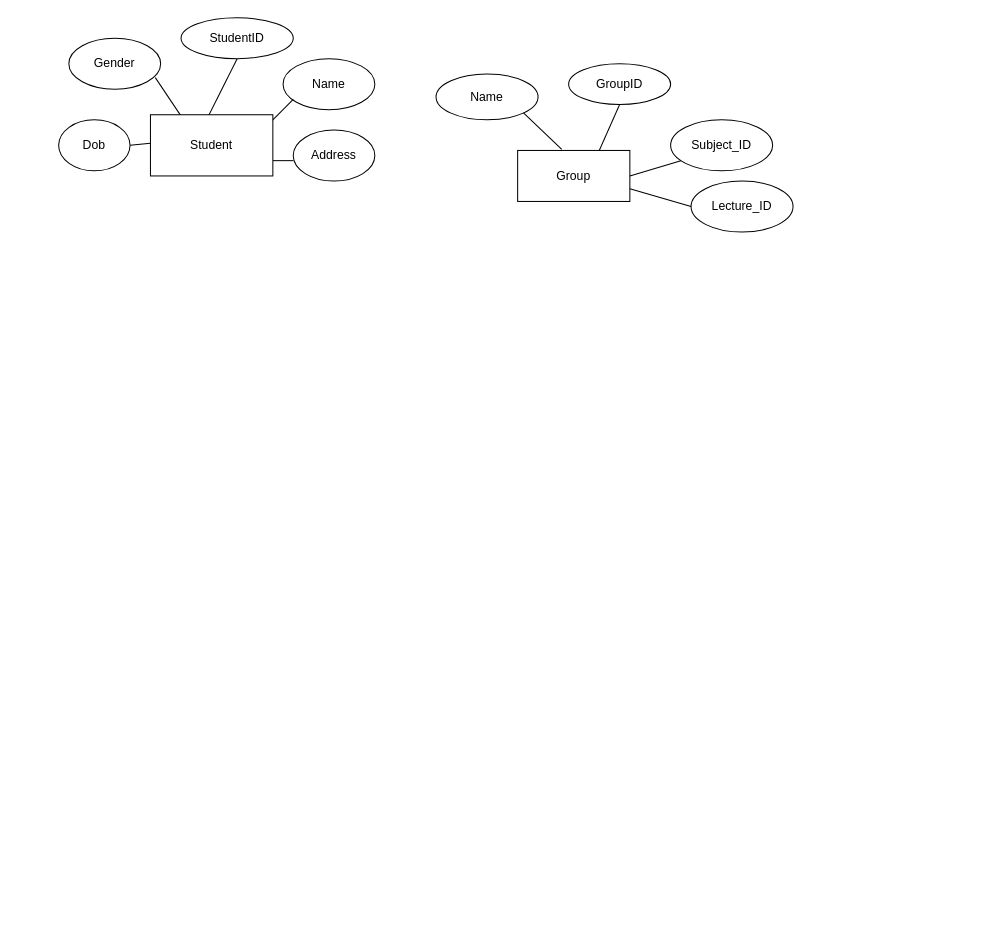
Above: Untitled Diagram.drawio in hoangtheanhHE160176/DBI202-Assignment (draw.io), before the change. Source tidied: cells renumbered, new cells numbered last; positions are measured from the earlier drawing's top-left corner, leaving out a move shared by most shapes. Both pictures are drawn from the tidied source at 102%, with x=0, y=0 at pixel (58, 17).
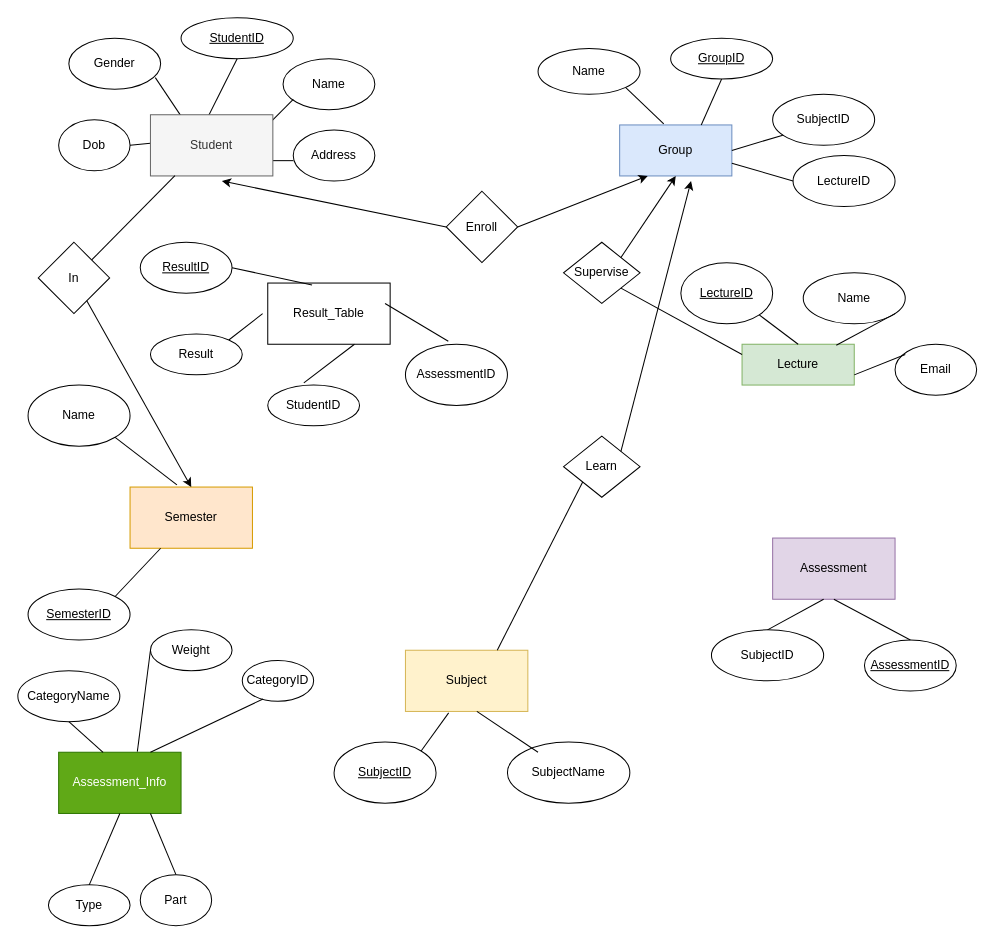
The same diagram, later.

Diff of the diagram source:
```diff
@@
-    <mxCell id="2" value="StudentID" style="ellipse;whiteSpace=wrap;html=1;" parent="1" vertex="1">
+    <mxCell id="2" value="&lt;u&gt;StudentID&lt;/u&gt;" style="ellipse;whiteSpace=wrap;html=1;" parent="1" vertex="1">
       <mxGeometry x="120" width="110" height="40" as="geometry" />
     </mxCell>
@@
-    <mxCell id="12" value="Student" style="rounded=0;whiteSpace=wrap;html=1;" parent="1" vertex="1">
+    <mxCell id="12" value="Student" style="rounded=0;whiteSpace=wrap;html=1;fillColor=#f5f5f5;fontColor=#333333;strokeColor=#666666;" parent="1" vertex="1">
       <mxGeometry x="90" y="95" width="120" height="60" as="geometry" />
     </mxCell>
-    <mxCell id="13" value="Group" style="rounded=0;whiteSpace=wrap;html=1;" parent="1" vertex="1">
-      <mxGeometry x="450" y="130" width="110" height="50" as="geometry" />
+    <mxCell id="13" value="Group" style="rounded=0;whiteSpace=wrap;html=1;fillColor=#dae8fc;strokeColor=#6c8ebf;" parent="1" vertex="1">
+      <mxGeometry x="550" y="105" width="110" height="50" as="geometry" />
     </mxCell>
-    <mxCell id="14" value="GroupID" style="ellipse;whiteSpace=wrap;html=1;" parent="1" vertex="1">
-      <mxGeometry x="500" y="45" width="100" height="40" as="geometry" />
+    <mxCell id="14" value="&lt;u&gt;GroupID&lt;/u&gt;" style="ellipse;whiteSpace=wrap;html=1;" parent="1" vertex="1">
+      <mxGeometry x="600" y="20" width="100" height="40" as="geometry" />
     </mxCell>
     <mxCell id="15" value="Name" style="ellipse;whiteSpace=wrap;html=1;" parent="1" vertex="1">
-      <mxGeometry x="370" y="55" width="100" height="45" as="geometry" />
+      <mxGeometry x="470" y="30" width="100" height="45" as="geometry" />
     </mxCell>
-    <mxCell id="16" value="Subject_ID" style="ellipse;whiteSpace=wrap;html=1;" parent="1" vertex="1">
-      <mxGeometry x="600" y="100" width="100" height="50" as="geometry" />
+    <mxCell id="16" value="SubjectID" style="ellipse;whiteSpace=wrap;html=1;" parent="1" vertex="1">
+      <mxGeometry x="700" y="75" width="100" height="50" as="geometry" />
     </mxCell>
@@
     <mxCell id="18" style="endArrow=none;html=1;rounded=0;entryX=0.5;entryY=1;entryDx=0;entryDy=0;" parent="1" edge="1" target="14">
       <mxGeometry relative="1" as="geometry">
-        <mxPoint x="530" y="130" as="sourcePoint" />
+        <mxPoint x="630" y="105" as="sourcePoint" />
       </mxGeometry>
     </mxCell>
     <mxCell id="19" style="endArrow=none;html=1;rounded=0;exitX=1;exitY=0.5;exitDx=0;exitDy=0;" parent="1" edge="1" source="13">
       <mxGeometry relative="1" as="geometry">
-        <mxPoint x="610" y="140" as="targetPoint" />
+        <mxPoint x="710" y="115" as="targetPoint" />
       </mxGeometry>
     </mxCell>
-    <mxCell id="20" value="Lecture_ID" style="ellipse;whiteSpace=wrap;html=1;" parent="1" vertex="1">
-      <mxGeometry x="620" y="160" width="100" height="50" as="geometry" />
+    <mxCell id="20" value="LectureID" style="ellipse;whiteSpace=wrap;html=1;" parent="1" vertex="1">
+      <mxGeometry x="720" y="135" width="100" height="50" as="geometry" />
     </mxCell>
@@
+    <mxCell id="22" value="Lecture" style="rounded=0;whiteSpace=wrap;html=1;fillColor=#d5e8d4;strokeColor=#82b366;" parent="1" vertex="1">
+      <mxGeometry x="670" y="320" width="110" height="40" as="geometry" />
+    </mxCell>
+    <mxCell id="23" value="&lt;u&gt;LectureID&lt;/u&gt;" style="ellipse;whiteSpace=wrap;html=1;" parent="1" vertex="1">
+      <mxGeometry x="610" y="240" width="90" height="60" as="geometry" />
+    </mxCell>
+    <mxCell id="24" value="Name" style="ellipse;whiteSpace=wrap;html=1;" parent="1" vertex="1">
+      <mxGeometry x="730" y="250" width="100" height="50" as="geometry" />
+    </mxCell>
+    <mxCell id="25" value="Email" style="ellipse;whiteSpace=wrap;html=1;" parent="1" vertex="1">
+      <mxGeometry x="820" y="320" width="80" height="50" as="geometry" />
+    </mxCell>
+    <mxCell id="26" style="endArrow=none;html=1;rounded=0;entryX=1;entryY=1;entryDx=0;entryDy=0;exitX=0.5;exitY=0;exitDx=0;exitDy=0;" parent="1" edge="1" source="22" target="23">
+      <mxGeometry relative="1" as="geometry" />
+    </mxCell>
+    <mxCell id="27" style="endArrow=none;html=1;rounded=0;exitX=0.84;exitY=0.025;exitDx=0;exitDy=0;exitPerimeter=0;" parent="1" edge="1" source="22">
+      <mxGeometry relative="1" as="geometry">
+        <mxPoint x="820" y="290" as="targetPoint" />
+      </mxGeometry>
+    </mxCell>
+    <mxCell id="28" style="endArrow=none;html=1;rounded=0;exitX=1;exitY=0.75;exitDx=0;exitDy=0;" parent="1" edge="1" source="22">
+      <mxGeometry relative="1" as="geometry">
+        <mxPoint x="830" y="330" as="targetPoint" />
+      </mxGeometry>
+    </mxCell>
+    <mxCell id="29" value="Semester" style="rounded=0;whiteSpace=wrap;html=1;fillColor=#ffe6cc;strokeColor=#d79b00;" parent="1" vertex="1">
+      <mxGeometry x="70" y="460" width="120" height="60" as="geometry" />
+    </mxCell>
+    <mxCell id="30" value="&lt;u&gt;SemesterID&lt;/u&gt;" style="ellipse;whiteSpace=wrap;html=1;" parent="1" vertex="1">
+      <mxGeometry x="-30" y="560" width="100" height="50" as="geometry" />
+    </mxCell>
+    <mxCell id="31" value="Name" style="ellipse;whiteSpace=wrap;html=1;" parent="1" vertex="1">
+      <mxGeometry x="-30" y="360" width="100" height="60" as="geometry" />
+    </mxCell>
+    <mxCell id="32" style="endArrow=none;html=1;rounded=0;entryX=1;entryY=1;entryDx=0;entryDy=0;exitX=0.383;exitY=-0.037;exitDx=0;exitDy=0;exitPerimeter=0;" parent="1" edge="1" source="29" target="31">
+      <mxGeometry relative="1" as="geometry" />
+    </mxCell>
+    <mxCell id="33" style="endArrow=none;html=1;rounded=0;entryX=1;entryY=0;entryDx=0;entryDy=0;exitX=0.25;exitY=1;exitDx=0;exitDy=0;" parent="1" edge="1" source="29" target="30">
+      <mxGeometry relative="1" as="geometry" />
+    </mxCell>
+    <mxCell id="34" value="Subject" style="rounded=0;whiteSpace=wrap;html=1;fillColor=#fff2cc;strokeColor=#d6b656;" parent="1" vertex="1">
+      <mxGeometry x="340" y="620" width="120" height="60" as="geometry" />
+    </mxCell>
+    <mxCell id="35" value="&lt;u&gt;SubjectID&lt;/u&gt;" style="ellipse;whiteSpace=wrap;html=1;" parent="1" vertex="1">
+      <mxGeometry x="270" y="710" width="100" height="60" as="geometry" />
+    </mxCell>
+    <mxCell id="36" value="SubjectName" style="ellipse;whiteSpace=wrap;html=1;" parent="1" vertex="1">
+      <mxGeometry x="440" y="710" width="120" height="60" as="geometry" />
+    </mxCell>
+    <mxCell id="37" style="endArrow=none;html=1;rounded=0;exitX=1;exitY=0;exitDx=0;exitDy=0;entryX=0.353;entryY=1.023;entryDx=0;entryDy=0;entryPerimeter=0;" parent="1" edge="1" source="35" target="34">
+      <mxGeometry relative="1" as="geometry" />
+    </mxCell>
+    <mxCell id="38" style="endArrow=none;html=1;rounded=0;exitX=0.25;exitY=0.167;exitDx=0;exitDy=0;exitPerimeter=0;" parent="1" edge="1" source="36">
+      <mxGeometry relative="1" as="geometry">
+        <mxPoint x="410" y="680" as="targetPoint" />
+      </mxGeometry>
+    </mxCell>
+    <mxCell id="39" value="Assessment" style="rounded=0;whiteSpace=wrap;html=1;fillColor=#e1d5e7;strokeColor=#9673a6;" parent="1" vertex="1">
+      <mxGeometry x="700" y="510" width="120" height="60" as="geometry" />
+    </mxCell>
+    <mxCell id="40" value="&lt;u&gt;AssessmentID&lt;/u&gt;" style="ellipse;whiteSpace=wrap;html=1;" parent="1" vertex="1">
+      <mxGeometry x="790" y="610" width="90" height="50" as="geometry" />
+    </mxCell>
+    <mxCell id="41" style="endArrow=none;html=1;rounded=0;entryX=0.5;entryY=1;entryDx=0;entryDy=0;exitX=0.5;exitY=0;exitDx=0;exitDy=0;" parent="1" edge="1" source="40" target="39">
+      <mxGeometry relative="1" as="geometry" />
+    </mxCell>
+    <mxCell id="42" value="SubjectID" style="ellipse;whiteSpace=wrap;html=1;" parent="1" vertex="1">
+      <mxGeometry x="640" y="600" width="110" height="50" as="geometry" />
+    </mxCell>
+    <mxCell id="43" style="endArrow=none;html=1;rounded=0;exitX=0.5;exitY=0;exitDx=0;exitDy=0;" parent="1" edge="1" source="42">
+      <mxGeometry relative="1" as="geometry">
+        <mxPoint x="750" y="570" as="targetPoint" />
+      </mxGeometry>
+    </mxCell>
+    <mxCell id="44" value="Assessment_Info" style="rounded=0;whiteSpace=wrap;html=1;fillColor=#60a917;fontColor=#ffffff;strokeColor=#2D7600;" parent="1" vertex="1">
+      <mxGeometry y="720" width="120" height="60" as="geometry" />
+    </mxCell>
+    <mxCell id="45" value="CategoryID" style="ellipse;whiteSpace=wrap;html=1;" parent="1" vertex="1">
+      <mxGeometry x="180" y="630" width="70" height="40" as="geometry" />
+    </mxCell>
+    <mxCell id="46" value="Weight" style="ellipse;whiteSpace=wrap;html=1;" parent="1" vertex="1">
+      <mxGeometry x="90" y="600" width="80" height="40" as="geometry" />
+    </mxCell>
+    <mxCell id="47" value="Part" style="ellipse;whiteSpace=wrap;html=1;" parent="1" vertex="1">
+      <mxGeometry x="80" y="840" width="70" height="50" as="geometry" />
+    </mxCell>
+    <mxCell id="48" value="Type" style="ellipse;whiteSpace=wrap;html=1;" parent="1" vertex="1">
+      <mxGeometry x="-10" y="850" width="80" height="40" as="geometry" />
+    </mxCell>
+    <mxCell id="49" value="CategoryName" style="ellipse;whiteSpace=wrap;html=1;" parent="1" vertex="1">
+      <mxGeometry x="-40" y="640" width="100" height="50" as="geometry" />
+    </mxCell>
+    <mxCell id="50" style="endArrow=none;html=1;rounded=0;entryX=0.363;entryY=0.003;entryDx=0;entryDy=0;exitX=0.5;exitY=1;exitDx=0;exitDy=0;entryPerimeter=0;" parent="1" edge="1" source="49" target="44">
+      <mxGeometry relative="1" as="geometry" />
+    </mxCell>
+    <mxCell id="51" style="endArrow=none;html=1;rounded=0;entryX=0.5;entryY=1;entryDx=0;entryDy=0;exitX=0.5;exitY=0;exitDx=0;exitDy=0;" parent="1" edge="1" source="48" target="44">
+      <mxGeometry relative="1" as="geometry" />
+    </mxCell>
+    <mxCell id="52" style="endArrow=none;html=1;rounded=0;entryX=0.291;entryY=0.945;entryDx=0;entryDy=0;entryPerimeter=0;exitX=0.75;exitY=0;exitDx=0;exitDy=0;" parent="1" edge="1" source="44" target="45">
+      <mxGeometry relative="1" as="geometry" />
+    </mxCell>
+    <mxCell id="53" style="endArrow=none;html=1;rounded=0;entryX=0;entryY=0.5;entryDx=0;entryDy=0;exitX=0.643;exitY=-0.01;exitDx=0;exitDy=0;exitPerimeter=0;" parent="1" edge="1" source="44" target="46">
+      <mxGeometry relative="1" as="geometry" />
+    </mxCell>
+    <mxCell id="54" style="endArrow=none;html=1;rounded=0;entryX=0.75;entryY=1;entryDx=0;entryDy=0;exitX=0.5;exitY=0;exitDx=0;exitDy=0;" parent="1" edge="1" source="47" target="44">
+      <mxGeometry relative="1" as="geometry" />
+    </mxCell>
+    <mxCell id="55" value="Result_Table" style="rounded=0;whiteSpace=wrap;html=1;" parent="1" vertex="1">
+      <mxGeometry x="205" y="260" width="120" height="60" as="geometry" />
+    </mxCell>
+    <mxCell id="56" value="&lt;u&gt;ResultID&lt;/u&gt;" style="ellipse;whiteSpace=wrap;html=1;" parent="1" vertex="1">
+      <mxGeometry x="80" y="220" width="90" height="50" as="geometry" />
+    </mxCell>
+    <mxCell id="57" value="Result" style="ellipse;whiteSpace=wrap;html=1;" parent="1" vertex="1">
+      <mxGeometry x="90" y="310" width="90" height="40" as="geometry" />
+    </mxCell>
+    <mxCell id="58" value="StudentID" style="ellipse;whiteSpace=wrap;html=1;" parent="1" vertex="1">
+      <mxGeometry x="205" y="360" width="90" height="40" as="geometry" />
+    </mxCell>
+    <mxCell id="59" value="AssessmentID" style="ellipse;whiteSpace=wrap;html=1;" parent="1" vertex="1">
+      <mxGeometry x="340" y="320" width="100" height="60" as="geometry" />
+    </mxCell>
+    <mxCell id="60" style="endArrow=none;html=1;rounded=0;entryX=1;entryY=0.5;entryDx=0;entryDy=0;exitX=0.362;exitY=0.03;exitDx=0;exitDy=0;exitPerimeter=0;" parent="1" edge="1" source="55" target="56">
+      <mxGeometry relative="1" as="geometry" />
+    </mxCell>
+    <mxCell id="61" style="endArrow=none;html=1;rounded=0;exitX=1;exitY=0;exitDx=0;exitDy=0;" parent="1" edge="1" source="57">
+      <mxGeometry relative="1" as="geometry">
+        <mxPoint x="200" y="290" as="targetPoint" />
+      </mxGeometry>
+    </mxCell>
+    <mxCell id="62" style="endArrow=none;html=1;rounded=0;exitX=0.393;exitY=-0.055;exitDx=0;exitDy=0;exitPerimeter=0;" parent="1" edge="1" source="58">
+      <mxGeometry relative="1" as="geometry">
+        <mxPoint x="290" y="320" as="targetPoint" />
+      </mxGeometry>
+    </mxCell>
+    <mxCell id="63" style="endArrow=none;html=1;rounded=0;exitX=0.42;exitY=-0.05;exitDx=0;exitDy=0;exitPerimeter=0;" parent="1" edge="1" source="59">
+      <mxGeometry relative="1" as="geometry">
+        <mxPoint x="320" y="280" as="targetPoint" />
+      </mxGeometry>
+    </mxCell>
+    <mxCell id="64" value="Enroll" style="rhombus;whiteSpace=wrap;html=1;" parent="1" vertex="1">
+      <mxGeometry x="380" y="170" width="70" height="70" as="geometry" />
+    </mxCell>
+    <mxCell id="65" style="endArrow=classic;html=1;rounded=0;exitX=0;exitY=0.5;exitDx=0;exitDy=0;" parent="1" edge="1" source="64">
+      <mxGeometry relative="1" as="geometry">
+        <mxPoint x="160" y="160" as="targetPoint" />
+      </mxGeometry>
+    </mxCell>
+    <mxCell id="66" style="endArrow=classic;html=1;rounded=0;exitX=1;exitY=0.5;exitDx=0;exitDy=0;entryX=0.25;entryY=1;entryDx=0;entryDy=0;" parent="1" edge="1" source="64" target="13">
+      <mxGeometry relative="1" as="geometry" />
+    </mxCell>
+    <mxCell id="67" value="Supervise" style="rhombus;whiteSpace=wrap;html=1;" parent="1" vertex="1">
+      <mxGeometry x="495" y="220" width="75" height="60" as="geometry" />
+    </mxCell>
+    <mxCell id="68" style="endArrow=classic;html=1;rounded=0;entryX=0.5;entryY=1;entryDx=0;entryDy=0;exitX=1;exitY=0;exitDx=0;exitDy=0;" parent="1" edge="1" source="67" target="13">
+      <mxGeometry relative="1" as="geometry" />
+    </mxCell>
+    <mxCell id="69" style="endArrow=none;html=1;rounded=0;entryX=1;entryY=1;entryDx=0;entryDy=0;exitX=0;exitY=0.25;exitDx=0;exitDy=0;" parent="1" edge="1" source="22" target="67">
+      <mxGeometry relative="1" as="geometry" />
+    </mxCell>
+    <mxCell id="70" value="Learn" style="rhombus;whiteSpace=wrap;html=1;" parent="1" vertex="1">
+      <mxGeometry x="495" y="410" width="75" height="60" as="geometry" />
+    </mxCell>
+    <mxCell id="71" style="endArrow=none;html=1;rounded=0;entryX=0;entryY=1;entryDx=0;entryDy=0;exitX=0.75;exitY=0;exitDx=0;exitDy=0;" parent="1" edge="1" source="34" target="70">
+      <mxGeometry relative="1" as="geometry" />
+    </mxCell>
+    <mxCell id="72" style="endArrow=classic;html=1;rounded=0;exitX=1;exitY=0;exitDx=0;exitDy=0;" parent="1" edge="1" source="70">
+      <mxGeometry relative="1" as="geometry">
+        <mxPoint x="620" y="160" as="targetPoint" />
+      </mxGeometry>
+    </mxCell>
+    <mxCell id="73" value="In" style="rhombus;whiteSpace=wrap;html=1;" parent="1" vertex="1">
+      <mxGeometry x="-20" y="220" width="70" height="70" as="geometry" />
+    </mxCell>
+    <mxCell id="74" style="endArrow=none;html=1;rounded=0;entryX=0.2;entryY=0.993;entryDx=0;entryDy=0;entryPerimeter=0;" parent="1" edge="1" source="73" target="12">
+      <mxGeometry relative="1" as="geometry" />
+    </mxCell>
+    <mxCell id="75" style="endArrow=classic;html=1;rounded=0;entryX=0.5;entryY=0;entryDx=0;entryDy=0;" parent="1" edge="1" source="73" target="29">
+      <mxGeometry relative="1" as="geometry" />
+    </mxCell>
```
